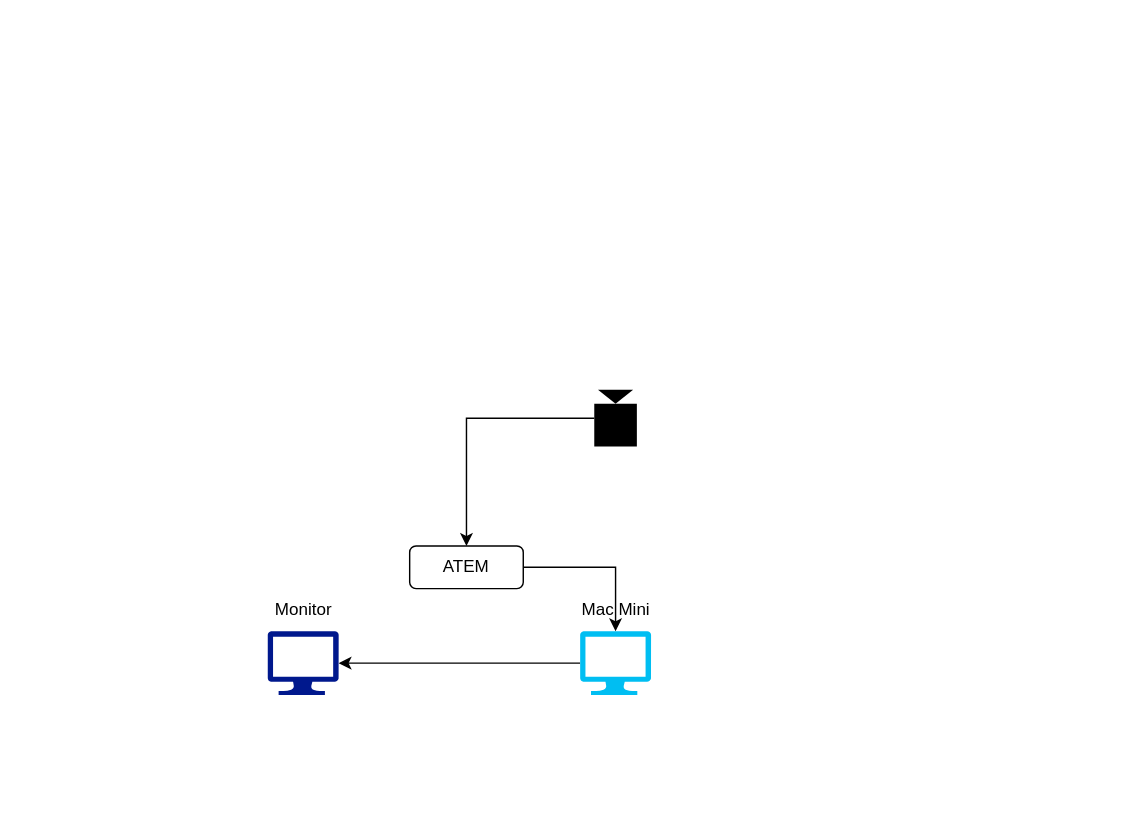
This is Video Hardware.drawio from jmckee18/SacMetro-AV-Setup, a draw.io file, before an edit. Source tidied: cells renumbered, new cells numbered last; positions are measured from the earlier drawing's top-left corner, leaving out a move shared by most shapes. Both pictures are drawn from the tidied source at 142%, with x=0, y=0 at pixel (260, 389).
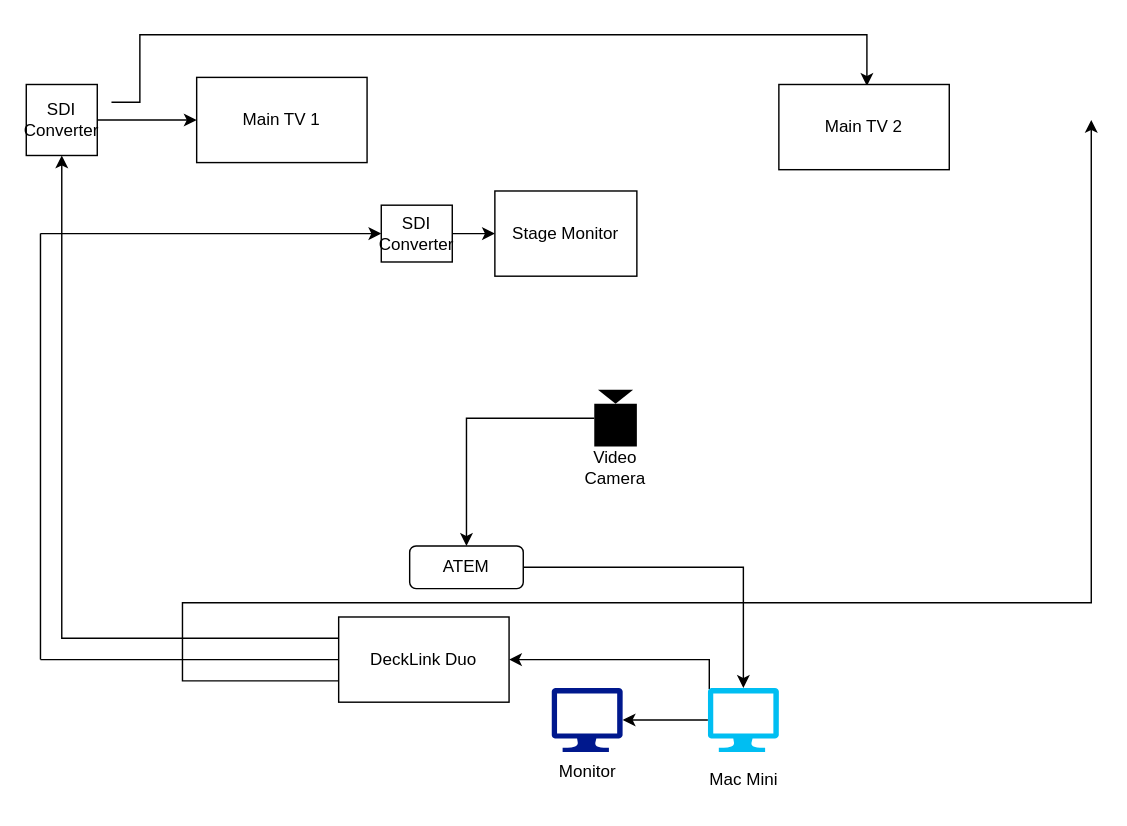
The same diagram, later.

What changed in the source:
```diff
@@
+    <mxCell id="12" style="edgeStyle=orthogonalEdgeStyle;rounded=0;jettySize=auto;html=1;exitX=0.02;exitY=0.02;exitDx=0;exitDy=0;exitPerimeter=0;entryX=1;entryY=0.5;entryDx=0;entryDy=0;" parent="1" edge="1" source="3" target="16">
+      <mxGeometry relative="1" as="geometry" />
+    </mxCell>
     <mxCell id="3" style="verticalLabelPosition=bottom;html=1;verticalAlign=top;align=center;strokeColor=none;fillColor=#00BEF2;shape=mxgraph.azure.computer;" parent="1" vertex="1">
-      <mxGeometry x="225" y="170" width="50" height="45" as="geometry" />
+      <mxGeometry x="315" y="210" width="50" height="45" as="geometry" />
     </mxCell>
-    <mxCell id="4" style="sketch=0;shadow=0;dashed=0;html=1;strokeColor=none;labelPosition=center;verticalLabelPosition=bottom;verticalAlign=top;align=center;fillColor=#00188D;shape=mxgraph.azure.computer;" parent="1" vertex="1">
-      <mxGeometry x="5" y="170" width="50" height="45" as="geometry" />
+    <mxCell id="4" value="Monitor" style="sketch=0;shadow=0;dashed=0;html=1;strokeColor=none;labelPosition=center;verticalLabelPosition=bottom;verticalAlign=top;align=center;fillColor=#00188D;shape=mxgraph.azure.computer;" parent="1" vertex="1">
+      <mxGeometry x="205" y="210" width="50" height="45" as="geometry" />
     </mxCell>
@@
-    <mxCell id="7" value="Monitor" style="text;html=1;align=center;verticalAlign=middle;strokeColor=none;fillColor=none;" parent="1" vertex="1">
-      <mxGeometry y="140" width="60" height="30" as="geometry" />
-    </mxCell>
     <mxCell id="8" value="Mac Mini" style="text;html=1;align=center;verticalAlign=middle;strokeColor=none;fillColor=none;" parent="1" vertex="1">
-      <mxGeometry x="215" y="140" width="70" height="30" as="geometry" />
+      <mxGeometry x="305" y="260" width="70" height="30" as="geometry" />
     </mxCell>
@@
+    <mxCell id="13" value="Video Camera" style="text;html=1;align=center;verticalAlign=middle;whiteSpace=wrap;rounded=0;" parent="1" vertex="1">
+      <mxGeometry x="220" y="40" width="60" height="30" as="geometry" />
+    </mxCell>
+    <mxCell id="14" style="edgeStyle=orthogonalEdgeStyle;rounded=0;jettySize=auto;html=1;exitX=0;exitY=0.25;exitDx=0;exitDy=0;" parent="1" edge="1" source="16" target="19">
+      <mxGeometry relative="1" as="geometry" />
+    </mxCell>
+    <mxCell id="15" style="edgeStyle=orthogonalEdgeStyle;rounded=0;jettySize=auto;html=1;exitX=0;exitY=0.75;exitDx=0;exitDy=0;" parent="1" edge="1" source="16">
+      <mxGeometry relative="1" as="geometry">
+        <mxPoint x="585" y="-190" as="targetPoint" />
+        <Array as="points">
+          <mxPoint x="-55" y="205" />
+          <mxPoint x="-55" y="150" />
+        </Array>
+      </mxGeometry>
+    </mxCell>
+    <mxCell id="16" value="DeckLink Duo" style="rounded=0;whiteSpace=wrap;html=1;" parent="1" vertex="1">
+      <mxGeometry x="55" y="160" width="120" height="60" as="geometry" />
+    </mxCell>
+    <mxCell id="17" style="edgeStyle=orthogonalEdgeStyle;rounded=0;orthogonalLoop=1;jettySize=auto;html=1;exitX=1;exitY=0.25;exitDx=0;exitDy=0;entryX=0.433;entryY=0.017;entryDx=0;entryDy=0;entryPerimeter=0;" parent="1" edge="1">
+      <mxGeometry relative="1" as="geometry">
+        <mxPoint x="-105" y="-202.5" as="sourcePoint" />
+        <mxPoint x="427" y="-214" as="targetPoint" />
+        <Array as="points">
+          <mxPoint x="-85" y="-202" />
+          <mxPoint x="-85" y="-250" />
+          <mxPoint x="427" y="-250" />
+        </Array>
+      </mxGeometry>
+    </mxCell>
+    <mxCell id="18" style="edgeStyle=orthogonalEdgeStyle;rounded=0;jettySize=auto;html=1;entryX=0;entryY=0.5;entryDx=0;entryDy=0;" parent="1" edge="1" source="19" target="21">
+      <mxGeometry relative="1" as="geometry" />
+    </mxCell>
+    <mxCell id="19" value="SDI Converter" style="whiteSpace=wrap;html=1;" parent="1" vertex="1">
+      <mxGeometry x="-165" y="-215" width="50" height="50" as="geometry" />
+    </mxCell>
+    <mxCell id="20" value="Main TV 2" style="rounded=0;whiteSpace=wrap;html=1;" parent="1" vertex="1">
+      <mxGeometry x="365" y="-215" width="120" height="60" as="geometry" />
+    </mxCell>
+    <mxCell id="21" value="Main TV 1" style="rounded=0;whiteSpace=wrap;html=1;" parent="1" vertex="1">
+      <mxGeometry x="-45" y="-220" width="120" height="60" as="geometry" />
+    </mxCell>
+    <mxCell id="22" style="endArrow=none;html=1;rounded=0;" parent="1" edge="1">
+      <mxGeometry relative="1" as="geometry">
+        <mxPoint x="-155" y="190" as="sourcePoint" />
+        <mxPoint x="55" y="190" as="targetPoint" />
+      </mxGeometry>
+    </mxCell>
+    <mxCell id="23" style="endArrow=none;html=1;rounded=0;" parent="1" edge="1">
+      <mxGeometry relative="1" as="geometry">
+        <mxPoint x="-155" y="190" as="sourcePoint" />
+        <mxPoint x="-155" y="-110" as="targetPoint" />
+      </mxGeometry>
+    </mxCell>
+    <mxCell id="24" style="endArrow=classic;html=1;rounded=0;entryX=0;entryY=0.5;entryDx=0;entryDy=0;" parent="1" edge="1" target="26">
+      <mxGeometry relative="1" as="geometry">
+        <mxPoint x="-155" y="-110" as="sourcePoint" />
+      </mxGeometry>
+    </mxCell>
+    <mxCell id="25" style="edgeStyle=orthogonalEdgeStyle;rounded=0;jettySize=auto;html=1;entryX=0;entryY=0.5;entryDx=0;entryDy=0;" parent="1" edge="1" source="26" target="27">
+      <mxGeometry relative="1" as="geometry" />
+    </mxCell>
+    <mxCell id="26" value="SDI&lt;div&gt;Converter&lt;/div&gt;" style="rounded=0;whiteSpace=wrap;html=1;" parent="1" vertex="1">
+      <mxGeometry x="85" y="-130" width="50" height="40" as="geometry" />
+    </mxCell>
+    <mxCell id="27" value="Stage Monitor" style="rounded=0;whiteSpace=wrap;html=1;" parent="1" vertex="1">
+      <mxGeometry x="165" y="-140" width="100" height="60" as="geometry" />
+    </mxCell>
```
